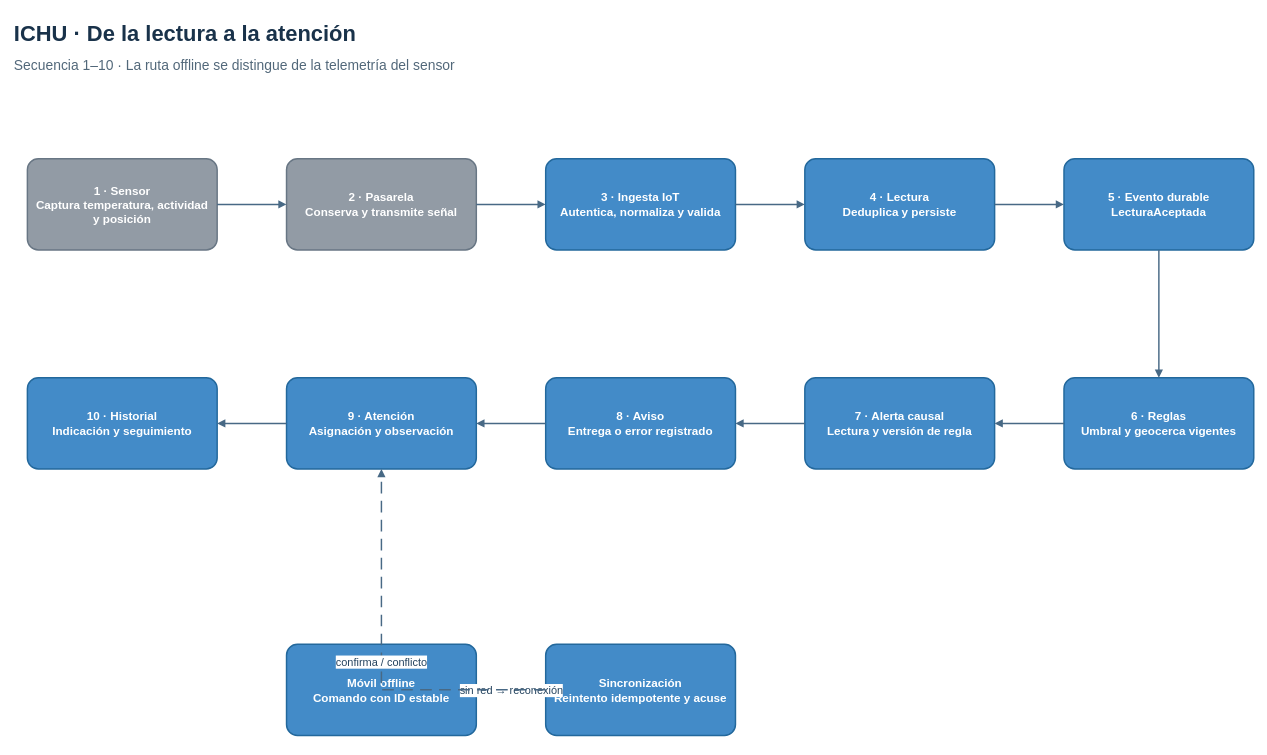
The draw.io diagram images/CHAPTER04/data-flow-view-vp.drawio in Projecto-Fundamentos/Report2, before the edit. Source tidied: cells renumbered, new cells numbered last; positions are measured from the earlier drawing's top-left corner, leaving out a move shared by most shapes. Both pictures are drawn from the tidied source at 73%, with x=0, y=0 at pixel (12, 12).
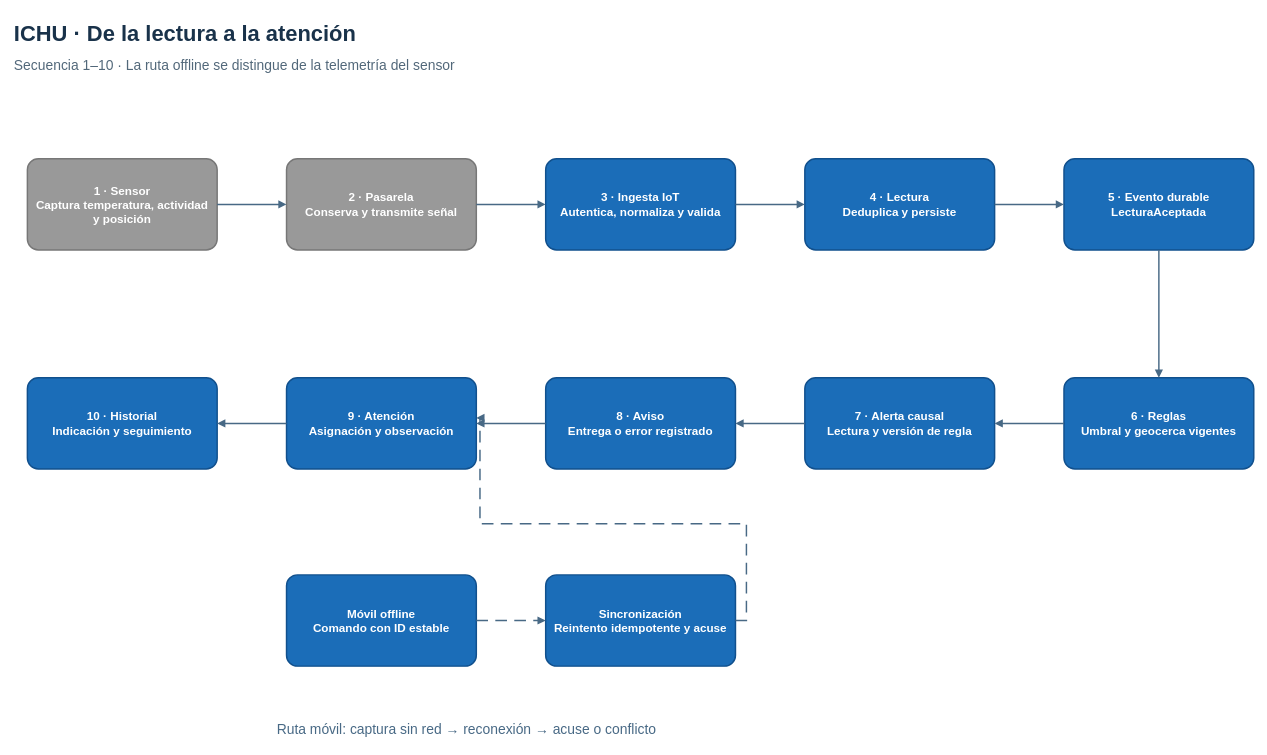
Above is the later version.

Commit message (it also covers changes not shown here):
Refine section 4.1 diagrams and data flow

The edit, as a diff of the source:
```diff
@@
-    <mxCell id="4" value="1 · Sensor&#10;Captura temperatura, actividad y posición" style="rounded=1;arcSize=12;whiteSpace=wrap;html=1;fillColor=#929BA5;strokeColor=#687684;strokeWidth=2;fontColor=#FFFFFF;fontSize=16;fontStyle=1;align=center;verticalAlign=middle;spacing=10;" parent="1" vertex="1">
+    <mxCell id="4" value="1 · Sensor&#10;Captura temperatura, actividad y posición" style="rounded=1;arcSize=12;whiteSpace=wrap;html=1;fillColor=#999999;strokeColor=#777777;strokeWidth=2;fontColor=#FFFFFF;fontSize=16;fontStyle=1;align=center;verticalAlign=middle;spacing=10;" parent="1" vertex="1">
       <mxGeometry x="20" y="200" width="260" height="125" as="geometry" />
     </mxCell>
-    <mxCell id="5" value="2 · Pasarela&#10;Conserva y transmite señal" style="rounded=1;arcSize=12;whiteSpace=wrap;html=1;fillColor=#929BA5;strokeColor=#687684;strokeWidth=2;fontColor=#FFFFFF;fontSize=16;fontStyle=1;align=center;verticalAlign=middle;spacing=10;" parent="1" vertex="1">
+    <mxCell id="5" value="2 · Pasarela&#10;Conserva y transmite señal" style="rounded=1;arcSize=12;whiteSpace=wrap;html=1;fillColor=#999999;strokeColor=#777777;strokeWidth=2;fontColor=#FFFFFF;fontSize=16;fontStyle=1;align=center;verticalAlign=middle;spacing=10;" parent="1" vertex="1">
       <mxGeometry x="375" y="200" width="260" height="125" as="geometry" />
     </mxCell>
-    <mxCell id="6" value="3 · Ingesta IoT&#10;Autentica, normaliza y valida" style="rounded=1;arcSize=12;whiteSpace=wrap;html=1;fillColor=#438BC8;strokeColor=#23689C;strokeWidth=2;fontColor=#FFFFFF;fontSize=16;fontStyle=1;align=center;verticalAlign=middle;spacing=10;" parent="1" vertex="1">
+    <mxCell id="6" value="3 · Ingesta IoT&#10;Autentica, normaliza y valida" style="rounded=1;arcSize=12;whiteSpace=wrap;html=1;fillColor=#1B6DB8;strokeColor=#11508D;strokeWidth=2;fontColor=#FFFFFF;fontSize=16;fontStyle=1;align=center;verticalAlign=middle;spacing=10;" parent="1" vertex="1">
       <mxGeometry x="730" y="200" width="260" height="125" as="geometry" />
     </mxCell>
-    <mxCell id="7" value="4 · Lectura&#10;Deduplica y persiste" style="rounded=1;arcSize=12;whiteSpace=wrap;html=1;fillColor=#438BC8;strokeColor=#23689C;strokeWidth=2;fontColor=#FFFFFF;fontSize=16;fontStyle=1;align=center;verticalAlign=middle;spacing=10;" parent="1" vertex="1">
+    <mxCell id="7" value="4 · Lectura&#10;Deduplica y persiste" style="rounded=1;arcSize=12;whiteSpace=wrap;html=1;fillColor=#1B6DB8;strokeColor=#11508D;strokeWidth=2;fontColor=#FFFFFF;fontSize=16;fontStyle=1;align=center;verticalAlign=middle;spacing=10;" parent="1" vertex="1">
       <mxGeometry x="1085" y="200" width="260" height="125" as="geometry" />
     </mxCell>
-    <mxCell id="8" value="5 · Evento durable&#10;LecturaAceptada" style="rounded=1;arcSize=12;whiteSpace=wrap;html=1;fillColor=#438BC8;strokeColor=#23689C;strokeWidth=2;fontColor=#FFFFFF;fontSize=16;fontStyle=1;align=center;verticalAlign=middle;spacing=10;" parent="1" vertex="1">
+    <mxCell id="8" value="5 · Evento durable&#10;LecturaAceptada" style="rounded=1;arcSize=12;whiteSpace=wrap;html=1;fillColor=#1B6DB8;strokeColor=#11508D;strokeWidth=2;fontColor=#FFFFFF;fontSize=16;fontStyle=1;align=center;verticalAlign=middle;spacing=10;" parent="1" vertex="1">
       <mxGeometry x="1440" y="200" width="260" height="125" as="geometry" />
     </mxCell>
-    <mxCell id="9" value="6 · Reglas&#10;Umbral y geocerca vigentes" style="rounded=1;arcSize=12;whiteSpace=wrap;html=1;fillColor=#438BC8;strokeColor=#23689C;strokeWidth=2;fontColor=#FFFFFF;fontSize=16;fontStyle=1;align=center;verticalAlign=middle;spacing=10;" parent="1" vertex="1">
+    <mxCell id="9" value="6 · Reglas&#10;Umbral y geocerca vigentes" style="rounded=1;arcSize=12;whiteSpace=wrap;html=1;fillColor=#1B6DB8;strokeColor=#11508D;strokeWidth=2;fontColor=#FFFFFF;fontSize=16;fontStyle=1;align=center;verticalAlign=middle;spacing=10;" parent="1" vertex="1">
       <mxGeometry x="1440" y="500" width="260" height="125" as="geometry" />
     </mxCell>
-    <mxCell id="10" value="7 · Alerta causal&#10;Lectura y versión de regla" style="rounded=1;arcSize=12;whiteSpace=wrap;html=1;fillColor=#438BC8;strokeColor=#23689C;strokeWidth=2;fontColor=#FFFFFF;fontSize=16;fontStyle=1;align=center;verticalAlign=middle;spacing=10;" parent="1" vertex="1">
+    <mxCell id="10" value="7 · Alerta causal&#10;Lectura y versión de regla" style="rounded=1;arcSize=12;whiteSpace=wrap;html=1;fillColor=#1B6DB8;strokeColor=#11508D;strokeWidth=2;fontColor=#FFFFFF;fontSize=16;fontStyle=1;align=center;verticalAlign=middle;spacing=10;" parent="1" vertex="1">
       <mxGeometry x="1085" y="500" width="260" height="125" as="geometry" />
     </mxCell>
-    <mxCell id="11" value="8 · Aviso&#10;Entrega o error registrado" style="rounded=1;arcSize=12;whiteSpace=wrap;html=1;fillColor=#438BC8;strokeColor=#23689C;strokeWidth=2;fontColor=#FFFFFF;fontSize=16;fontStyle=1;align=center;verticalAlign=middle;spacing=10;" parent="1" vertex="1">
+    <mxCell id="11" value="8 · Aviso&#10;Entrega o error registrado" style="rounded=1;arcSize=12;whiteSpace=wrap;html=1;fillColor=#1B6DB8;strokeColor=#11508D;strokeWidth=2;fontColor=#FFFFFF;fontSize=16;fontStyle=1;align=center;verticalAlign=middle;spacing=10;" parent="1" vertex="1">
       <mxGeometry x="730" y="500" width="260" height="125" as="geometry" />
     </mxCell>
-    <mxCell id="12" value="9 · Atención&#10;Asignación y observación" style="rounded=1;arcSize=12;whiteSpace=wrap;html=1;fillColor=#438BC8;strokeColor=#23689C;strokeWidth=2;fontColor=#FFFFFF;fontSize=16;fontStyle=1;align=center;verticalAlign=middle;spacing=10;" parent="1" vertex="1">
+    <mxCell id="12" value="9 · Atención&#10;Asignación y observación" style="rounded=1;arcSize=12;whiteSpace=wrap;html=1;fillColor=#1B6DB8;strokeColor=#11508D;strokeWidth=2;fontColor=#FFFFFF;fontSize=16;fontStyle=1;align=center;verticalAlign=middle;spacing=10;" parent="1" vertex="1">
       <mxGeometry x="375" y="500" width="260" height="125" as="geometry" />
     </mxCell>
-    <mxCell id="13" value="10 · Historial&#10;Indicación y seguimiento" style="rounded=1;arcSize=12;whiteSpace=wrap;html=1;fillColor=#438BC8;strokeColor=#23689C;strokeWidth=2;fontColor=#FFFFFF;fontSize=16;fontStyle=1;align=center;verticalAlign=middle;spacing=10;" parent="1" vertex="1">
+    <mxCell id="13" value="10 · Historial&#10;Indicación y seguimiento" style="rounded=1;arcSize=12;whiteSpace=wrap;html=1;fillColor=#1B6DB8;strokeColor=#11508D;strokeWidth=2;fontColor=#FFFFFF;fontSize=16;fontStyle=1;align=center;verticalAlign=middle;spacing=10;" parent="1" vertex="1">
       <mxGeometry x="20" y="500" width="260" height="125" as="geometry" />
     </mxCell>
-    <mxCell id="14" value="Móvil offline&#10;Comando con ID estable" style="rounded=1;arcSize=12;whiteSpace=wrap;html=1;fillColor=#438BC8;strokeColor=#23689C;strokeWidth=2;fontColor=#FFFFFF;fontSize=16;fontStyle=1;align=center;verticalAlign=middle;spacing=10;" parent="1" vertex="1">
-      <mxGeometry x="375" y="865" width="260" height="125" as="geometry" />
+    <mxCell id="14" value="Móvil offline&#10;Comando con ID estable" style="rounded=1;arcSize=12;whiteSpace=wrap;html=1;fillColor=#1B6DB8;strokeColor=#11508D;strokeWidth=2;fontColor=#FFFFFF;fontSize=16;fontStyle=1;align=center;verticalAlign=middle;spacing=10;" parent="1" vertex="1">
+      <mxGeometry x="375" y="770" width="260" height="125" as="geometry" />
     </mxCell>
-    <mxCell id="15" value="Sincronización&#10;Reintento idempotente y acuse" style="rounded=1;arcSize=12;whiteSpace=wrap;html=1;fillColor=#438BC8;strokeColor=#23689C;strokeWidth=2;fontColor=#FFFFFF;fontSize=16;fontStyle=1;align=center;verticalAlign=middle;spacing=10;" parent="1" vertex="1">
-      <mxGeometry x="730" y="865" width="260" height="125" as="geometry" />
+    <mxCell id="15" value="Sincronización&#10;Reintento idempotente y acuse" style="rounded=1;arcSize=12;whiteSpace=wrap;html=1;fillColor=#1B6DB8;strokeColor=#11508D;strokeWidth=2;fontColor=#FFFFFF;fontSize=16;fontStyle=1;align=center;verticalAlign=middle;spacing=10;" parent="1" vertex="1">
+      <mxGeometry x="730" y="770" width="260" height="125" as="geometry" />
     </mxCell>
@@
-    <mxCell id="25" value="sin red → reconexión" style="edgeStyle=orthogonalEdgeStyle;rounded=0;jettySize=auto;html=1;strokeColor=#486985;strokeWidth=2;endArrow=block;endFill=1;fontColor=#24435E;fontSize=15;labelBackgroundColor=#FFFFFF;dashed=1;dashPattern=8 5;" parent="1" edge="1" source="14" target="15">
+    <mxCell id="25" style="edgeStyle=orthogonalEdgeStyle;rounded=0;jettySize=auto;html=1;strokeColor=#486985;strokeWidth=2;endArrow=block;endFill=1;fontColor=#24435E;fontSize=15;labelBackgroundColor=#FFFFFF;dashed=1;dashPattern=8 5;" parent="1" edge="1" source="14" target="15">
       <mxGeometry relative="1" as="geometry" />
     </mxCell>
-    <mxCell id="26" value="confirma / conflicto" style="edgeStyle=orthogonalEdgeStyle;rounded=0;jettySize=auto;html=1;strokeColor=#486985;strokeWidth=2;endArrow=block;endFill=1;fontColor=#24435E;fontSize=15;labelBackgroundColor=#FFFFFF;dashed=1;dashPattern=8 5;" parent="1" edge="1" source="15" target="12">
-      <mxGeometry relative="1" as="geometry" />
+    <mxCell id="26" style="edgeStyle=orthogonalEdgeStyle;rounded=0;jettySize=auto;html=1;strokeColor=#486985;strokeWidth=2;endArrow=block;endFill=1;fontColor=#24435E;fontSize=15;labelBackgroundColor=#FFFFFF;dashed=1;dashPattern=8 5;" parent="1" edge="1" source="15" target="12">
+      <mxGeometry relative="1" as="geometry">
+        <Array as="points">
+          <mxPoint x="1005" y="700" />
+          <mxPoint x="640" y="700" />
+          <mxPoint x="640" y="555" />
+        </Array>
+      </mxGeometry>
     </mxCell>
+    <mxCell id="27" value="Ruta móvil: captura sin red → reconexión → acuse o conflicto" style="text;html=1;whiteSpace=wrap;strokeColor=none;fillColor=none;fontColor=#486985;fontSize=19;fontStyle=0;align=left;verticalAlign=middle;" parent="1" vertex="1">
+      <mxGeometry x="360" y="965" width="1250" height="35" as="geometry" />
+    </mxCell>
```
